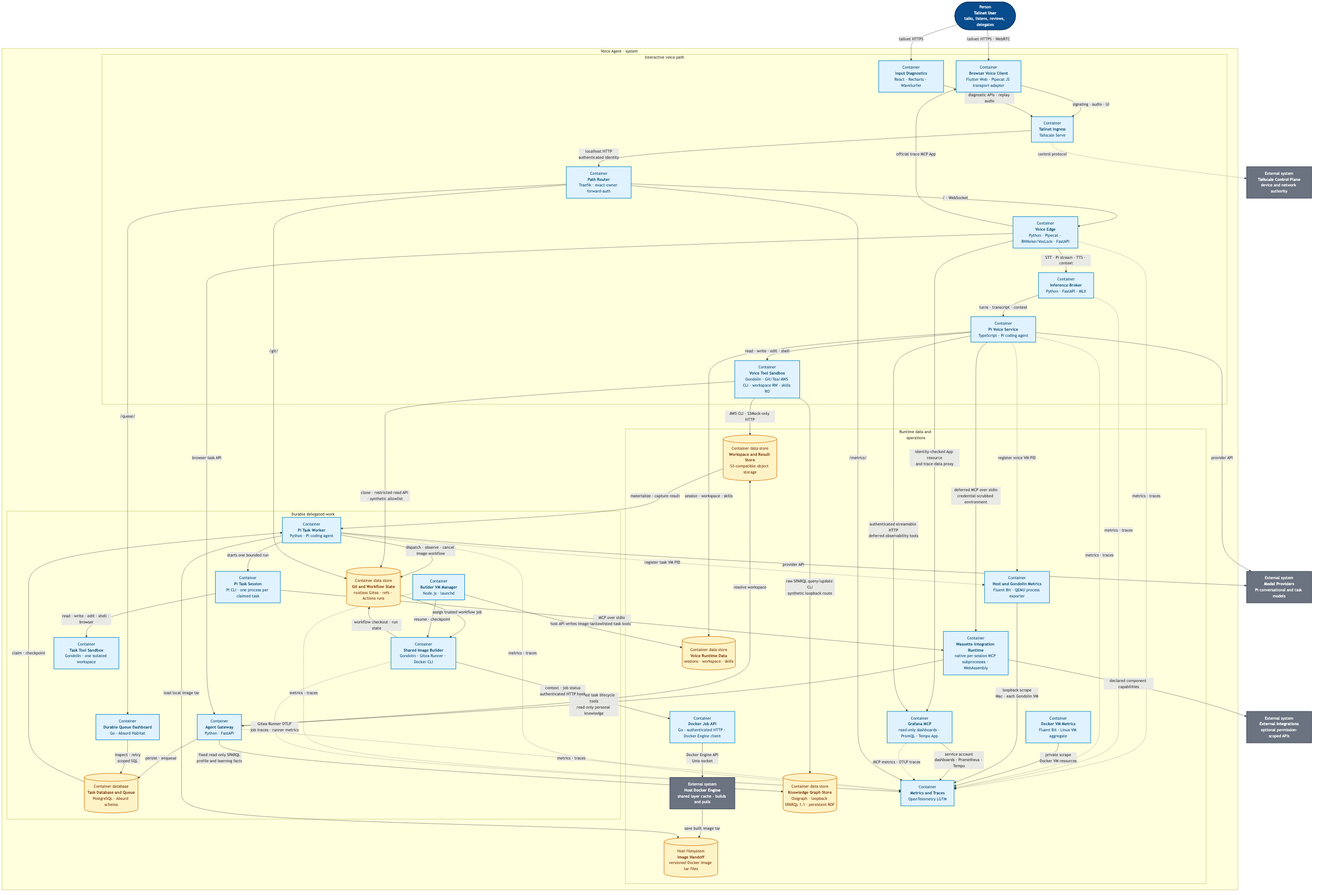
Above: products/voice-agent/docs/architecture/c2-container.png in ragavsathish/agent-workload-platform (Mermaid), before the change. Its source is kept beside it as products/voice-agent/docs/architecture/c2-container.mmd.
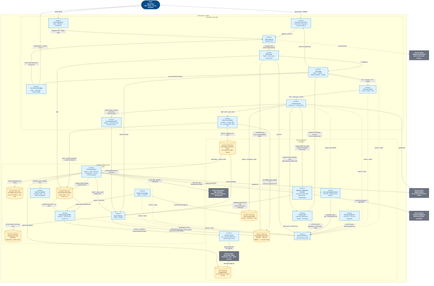
Above is the later version.

Diff of the diagram source:
```diff
@@ -10,40 +10,42 @@
         subgraph VOICE["Interactive voice path"]
             direction LR
             BROWSER["Container<br/><b>Browser Voice Client</b><br/>Flutter Web · Pipecat JS transport adapter"]
+            KNOWLEDGE["Container<br/><b>Journal & Knowledge</b><br/>React · Cytoscape · browser WASM"]
             DIAGNOSTICS["Container<br/><b>Input Diagnostics</b><br/>React · Recharts · WaveSurfer"]
             INGRESS["Container<br/><b>Tailnet Ingress</b><br/>Tailscale Serve"]
             ROUTER["Container<br/><b>Path Router</b><br/>Traefik · exact-owner forward-auth"]
             EDGE["Container<br/><b>Voice Edge</b><br/>Python · Pipecat · RNNoise/VoxLock · FastAPI"]
             BROKER["Container<br/><b>Inference Broker</b><br/>Python · FastAPI · MLX"]
             PI["Container<br/><b>Pi Voice Service</b><br/>TypeScript · Pi coding agent"]
+            JOURNAL_MCP["Container<br/><b>Journal Review MCP</b><br/>Node.js · stdio MCP server and App resource"]
             VOICE_VM["Container<br/><b>Voice Tool Sandbox</b><br/>Gondolin · Git/Tea/AWS CLI · workspace RW · skills RO"]
             BROWSER -->|"signaling · audio · UI"| INGRESS
+            KNOWLEDGE -->|"same-origin query and review APIs"| INGRESS
             DIAGNOSTICS -->|"diagnostic APIs · replay audio"| INGRESS
             INGRESS -->|"localhost HTTP<br/>authenticated identity"| ROUTER
             ROUTER -->|"/ · WebSocket"| EDGE
             EDGE -->|"STT · Pi stream · TTS · context"| BROKER
             BROKER -->|"turns · transcript · context"| PI
             PI -->|"read · write · edit · shell"| VOICE_VM
+            PI -->|"render review · submit correction<br/>MCP over stdio"| JOURNAL_MCP
         end
 
         subgraph TASK["Durable delegated-work path"]
             direction LR
             GATEWAY["Container<br/><b>Agent Gateway</b><br/>Python · FastAPI"]
-            TASKS[("Container database<br/><b>Task Database and Queue</b><br/>PostgreSQL · Absurd schema")]
-            HABITAT["Container<br/><b>Durable Queue Dashboard</b><br/>Go · Absurd Habitat"]
-            WORKER["Container<br/><b>Pi Task Worker</b><br/>Python · Pi coding agent"]
-            TASK_PI["Container<br/><b>Pi Task Session</b><br/>Pi CLI · one process per claimed task"]
+            TASKS[("Container database<br/><b>Proposal and Song Database</b><br/>PostgreSQL · product state")]
+            OWNER["Container<br/><b>Pi Durable Owner</b><br/>Node.js · native tasks and conversations · private HTTP and socket"]
+            OWNER_STORE[("Container data store<br/><b>Pi Durable Owner Store</b><br/>one-writer SQLite · task state")]
             BUILDER_MANAGER["Container<br/><b>Builder VM Manager</b><br/>Node.js · launchd"]
             BUILDER_VM["Container<br/><b>Shared Image Builder</b><br/>Gondolin · Gitea Runner · Docker CLI"]
-            TASK_VM["Container<br/><b>Task Tool Sandbox</b><br/>Gondolin · one isolated workspace"]
-            GATEWAY -->|"persist · enqueue"| TASKS
-            HABITAT -->|"inspect · retry<br/>scoped SQL"| TASKS
-            TASKS -->|"claim · checkpoint"| WORKER
-            WORKER -->|"dispatch · observe · cancel image workflow"| GITEA
+            TASK_VM["Container<br/><b>Task Tool Sandbox</b><br/>Gondolin mode · one isolated workspace"]
+            GATEWAY -->|"persist proposal and song state"| TASKS
+            GATEWAY -->|"submit · query · abort<br/>bearer HTTP"| OWNER
+            OWNER -->|"prepare image through bounded effect"| GITEA
             GITEA -->|"assign trusted workflow job"| BUILDER_VM
             BUILDER_MANAGER -->|"resume · checkpoint"| BUILDER_VM
-            WORKER -->|"starts one bounded run"| TASK_PI
-            TASK_PI -->|"read · write · edit · shell · browser"| TASK_VM
+            OWNER -->|"native checkpoints and results"| OWNER_STORE
+            OWNER -->|"Gondolin mode · isolated tools"| TASK_VM
         end
 
         subgraph DATA["Runtime data and operations"]
@@ -52,6 +54,7 @@
             GITEA[("Container data store<br/><b>Git and Workflow State</b><br/>rootless Gitea · refs · Actions runs")]
             DOCKER_JOB_API["Container<br/><b>Docker Job API</b><br/>Go · authenticated HTTP · Docker Engine client"]
             HOST_DOCKER["External system<br/><b>Host Docker Engine</b><br/>shared layer cache · builds and pulls"]
+            HOST_TOOLS["External environment<br/><b>Mac Host Tools</b><br/>worker account filesystem and processes"]
             IMAGE_HANDOFF[("Host filesystem<br/><b>Image Handoff</b><br/>versioned Docker image tar files")]
             ARTIFACTS[("Container data store<br/><b>Workspace and Result Store</b><br/>S3-compatible object storage")]
             OXIGRAPH[("Container data store<br/><b>Knowledge Graph Store</b><br/>Oxigraph · loopback SPARQL 1.1 · persistent RDF")]
@@ -63,10 +66,13 @@
         end
 
         EDGE -->|"browser task API"| GATEWAY
+        EDGE -->|"serves built React bundle"| KNOWLEDGE
+        JOURNAL_MCP -->|"authenticated review command"| GATEWAY
         EDGE -->|"identity-checked App resource<br/>and trace-data proxy"| GRAFANA_MCP
         PI -->|"deferred MCP over stdio<br/>credential-scrubbed environment"| WASSETTE
         WASSETTE -->|"composed task lifecycle tools<br/>read-only personal knowledge"| GATEWAY
-        TASK_PI -->|"MCP over stdio<br/>allowlisted task tools"| WASSETTE
+        OWNER -->|"MCP over stdio<br/>allowlisted task tools"| WASSETTE
+        OWNER -->|"host mode · Durable CodingTools"| HOST_TOOLS
         PI -->|"authenticated streamable HTTP<br/>deferred observability tools"| GRAFANA_MCP
         EDGE -->|"official trace MCP App"| BROWSER
         PI -->|"session · workspace · skills"| VOICE_DATA
@@ -74,37 +80,38 @@
         VOICE_VM -->|"AWS CLI · S3Mock-only HTTP"| ARTIFACTS
         VOICE_VM -->|"raw SPARQL query/update CLI<br/>synthetic loopback route"| OXIGRAPH
         GATEWAY -->|"resolve workspace"| ARTIFACTS
-        GATEWAY -->|"fixed read-only SPARQL<br/>profile and learning facts"| OXIGRAPH
-        ARTIFACTS -->|"materialize · capture result"| WORKER
+        GATEWAY -->|"bounded fact queries<br/>journal and review updates"| OXIGRAPH
+        ROUTER -->|"/oxigraph/query<br/>owner-scoped SPARQL SELECT"| OXIGRAPH
+        ARTIFACTS -->|"materialize · capture result"| OWNER
         BUILDER_VM -->|"workflow checkout · run state"| GITEA
         BUILDER_VM -->|"context · job status<br/>authenticated HTTP hook"| DOCKER_JOB_API
         DOCKER_JOB_API -->|"Docker Engine API<br/>Unix socket"| HOST_DOCKER
         HOST_DOCKER -->|"save built image tar"| IMAGE_HANDOFF
-        WORKER -->|"load local image tar"| IMAGE_HANDOFF
+        OWNER -->|"load local image tar"| IMAGE_HANDOFF
         BUILDER_MANAGER -->|"host API writes image tar"| VOICE_DATA
         EDGE -.->|"metrics · traces"| OTEL
         BROKER -.->|"metrics · traces"| OTEL
         PI -.->|"metrics · traces"| OTEL
         GATEWAY -.->|"metrics · traces"| OTEL
-        WORKER -.->|"metrics · traces"| OTEL
+        OWNER -.->|"metrics · traces"| OTEL
         BUILDER_MANAGER -.->|"metrics · traces"| OTEL
         BUILDER_VM -.->|"Gitea Runner OTLP<br/>job traces · runner metrics"| OTEL
         PI -.->|"register voice VM PID"| HOST_METRICS
-        WORKER -.->|"register task VM PID"| HOST_METRICS
+        OWNER -.->|"register task VM PID"| HOST_METRICS
         DOCKER_METRICS -->|"private scrape<br/>Docker VM resources"| OTEL
         HOST_METRICS -->|"loopback scrape<br/>Mac · each Gondolin VM"| OTEL
         GRAFANA_MCP -->|"service account<br/>dashboards · Prometheus · Tempo"| OTEL
         GRAFANA_MCP -.->|"MCP metrics · OTLP traces"| OTEL
         ROUTER -->|"/metrics/"| OTEL
         ROUTER -->|"/git/"| GITEA
-        ROUTER -->|"/queue/"| HABITAT
     end
 
     USER -->|"tailnet HTTPS · WebRTC"| BROWSER
+    USER -->|"tailnet HTTPS · journal review"| KNOWLEDGE
     USER -->|"tailnet HTTPS"| DIAGNOSTICS
     INGRESS -.->|"control protocol"| TSC
     PI -->|"provider API"| MODELS
-    WORKER -->|"provider API"| MODELS
+    OWNER -->|"provider API"| MODELS
     WASSETTE -->|"declared component capabilities"| INTEGRATIONS
 
     classDef person fill:#084c8d,color:#fff,stroke:#05345f,stroke-width:2px;
@@ -112,6 +119,6 @@
     classDef container fill:#e0f2fe,color:#0c4a6e,stroke:#0284c7,stroke-width:2px;
     classDef data fill:#fef3c7,color:#78350f,stroke:#d97706,stroke-width:2px;
     class USER person;
-    class TSC,MODELS,INTEGRATIONS,HOST_DOCKER external;
-    class BROWSER,DIAGNOSTICS,INGRESS,ROUTER,EDGE,BROKER,PI,VOICE_VM,GATEWAY,HABITAT,WORKER,TASK_PI,BUILDER_MANAGER,BUILDER_VM,TASK_VM,DOCKER_JOB_API,DOCKER_METRICS,HOST_METRICS,WASSETTE,OTEL,GRAFANA_MCP container;
-    class TASKS,VOICE_DATA,GITEA,ARTIFACTS,OXIGRAPH,IMAGE_HANDOFF data;
+    class TSC,MODELS,INTEGRATIONS,HOST_DOCKER,HOST_TOOLS external;
+    class BROWSER,KNOWLEDGE,DIAGNOSTICS,INGRESS,ROUTER,EDGE,BROKER,PI,JOURNAL_MCP,VOICE_VM,GATEWAY,OWNER,BUILDER_MANAGER,BUILDER_VM,TASK_VM,DOCKER_JOB_API,DOCKER_METRICS,HOST_METRICS,WASSETTE,OTEL,GRAFANA_MCP container;
+    class TASKS,OWNER_STORE,VOICE_DATA,GITEA,ARTIFACTS,OXIGRAPH,IMAGE_HANDOFF data;
```
